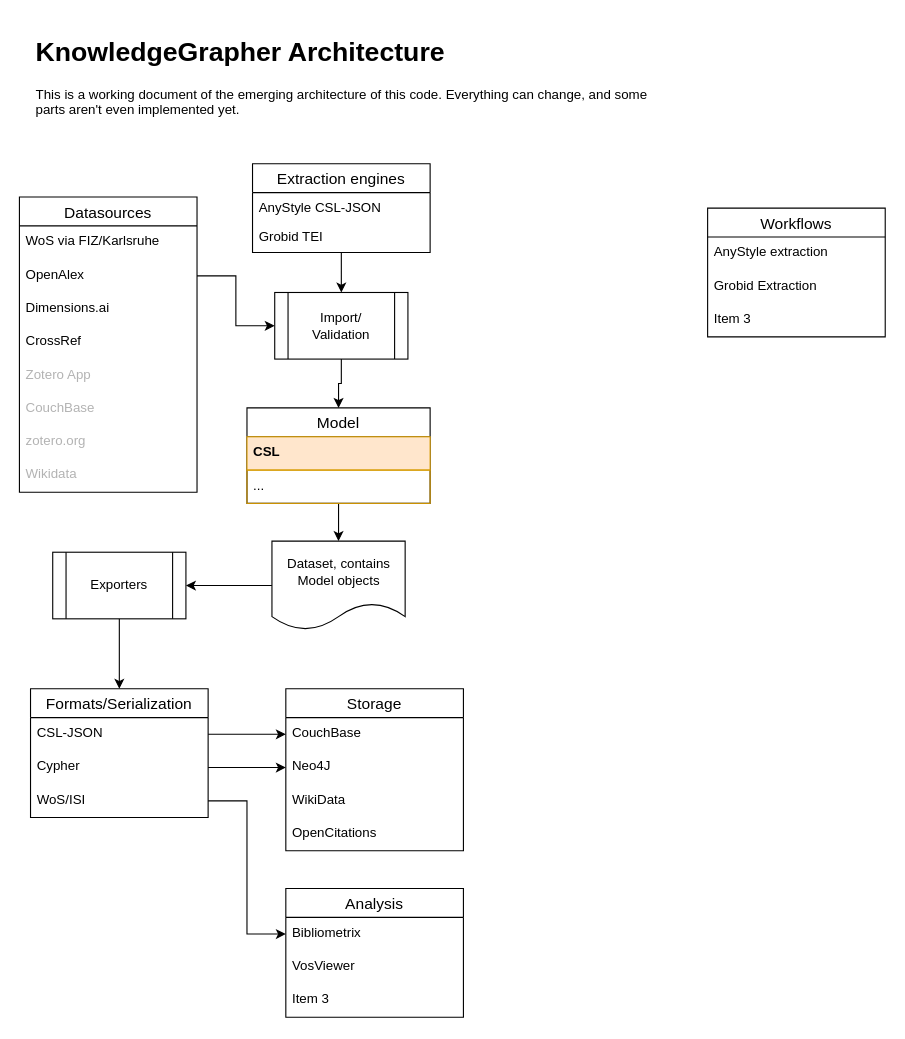
The draw.io diagram doc/architecture.drawio in cboulanger/anystyle-workflow, before the edit. Source tidied: cells renumbered, new cells numbered last; positions are measured from the earlier drawing's top-left corner, leaving out a move shared by most shapes. Both pictures are drawn from the tidied source at 111%, with x=0, y=0 at pixel (19, 30).
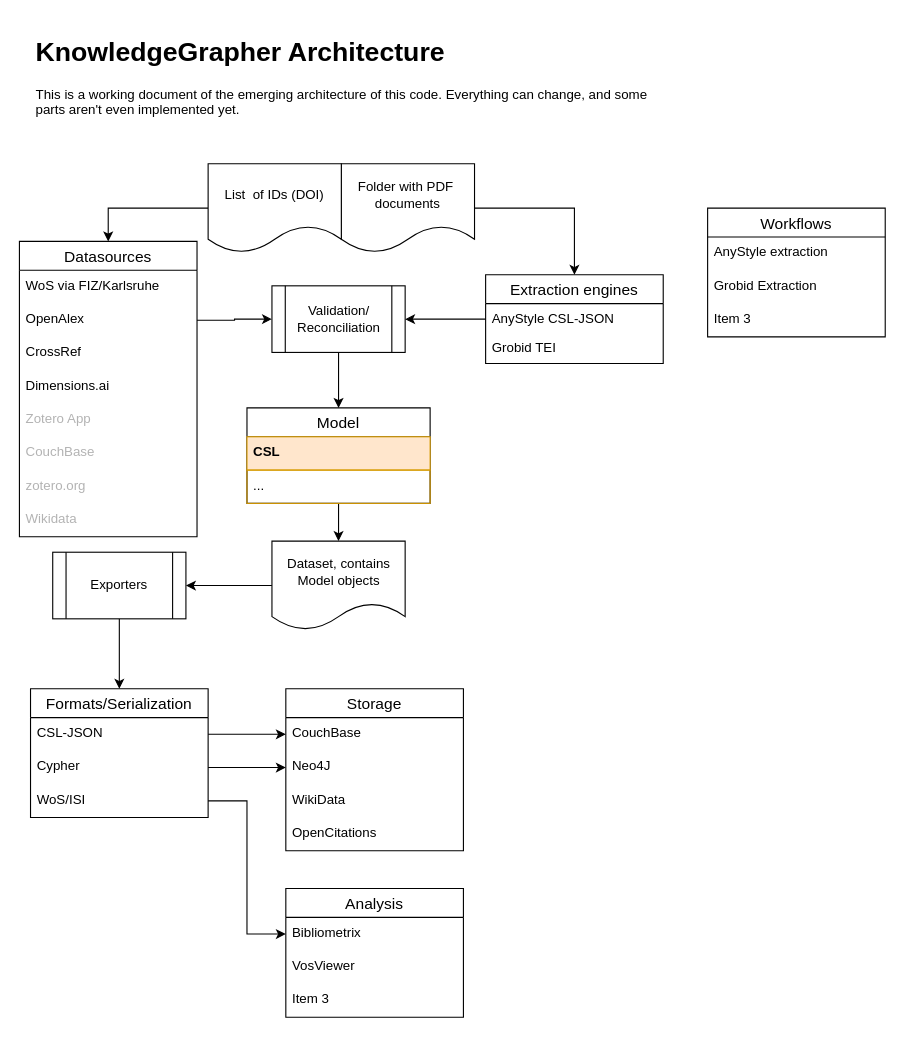
After the change.

Diff of the diagram source:
```diff
@@
     <mxCell id="11" value="Datasources" style="swimlane;fontStyle=0;horizontal=1;startSize=26;align=center;fontSize=14;" parent="1" vertex="1">
-      <mxGeometry y="150" width="160" height="266" as="geometry" />
+      <mxGeometry y="190" width="160" height="266" as="geometry" />
     </mxCell>
@@
+    <mxCell id="15" value="CrossRef" style="text;strokeColor=none;fillColor=none;spacingLeft=4;spacingRight=4;overflow=hidden;fontSize=12;" parent="11" vertex="1">
+      <mxGeometry y="86" width="160" height="30" as="geometry" />
+    </mxCell>
     <mxCell id="14" value="Dimensions.ai" style="text;strokeColor=none;fillColor=none;spacingLeft=4;spacingRight=4;overflow=hidden;fontSize=12;" parent="11" vertex="1">
-      <mxGeometry y="86" width="160" height="30" as="geometry" />
+      <mxGeometry y="116" width="160" height="30" as="geometry" />
     </mxCell>
-    <mxCell id="15" value="CrossRef" style="text;strokeColor=none;fillColor=none;spacingLeft=4;spacingRight=4;overflow=hidden;fontSize=12;" parent="11" vertex="1">
-      <mxGeometry y="116" width="160" height="30" as="geometry" />
-    </mxCell>
@@
-    <mxCell id="35" value="Import/&lt;br&gt;Validation" style="shape=process;whiteSpace=wrap;html=1;backgroundOutline=1;" parent="1" vertex="1">
-      <mxGeometry x="230" y="236" width="120" height="60" as="geometry" />
+    <mxCell id="35" value="Validation/&lt;br&gt;Reconciliation" style="shape=process;whiteSpace=wrap;html=1;backgroundOutline=1;" parent="1" vertex="1">
+      <mxGeometry x="227.5" y="230" width="120" height="60" as="geometry" />
     </mxCell>
@@
     <mxCell id="44" value="Extraction engines" style="swimlane;fontStyle=0;horizontal=1;startSize=26;align=center;fontSize=14;" parent="1" vertex="1">
-      <mxGeometry x="210" y="120" width="160" height="80" as="geometry" />
+      <mxGeometry x="420" y="220" width="160" height="80" as="geometry" />
     </mxCell>
@@
+    <mxCell id="47" style="edgeStyle=orthogonalEdgeStyle;rounded=0;jettySize=auto;html=1;" parent="1" edge="1" source="48" target="44">
+      <mxGeometry relative="1" as="geometry" />
+    </mxCell>
+    <mxCell id="48" value="Folder with PDF&amp;nbsp;&lt;br&gt;documents" style="shape=document;whiteSpace=wrap;html=1;boundedLbl=1;" parent="1" vertex="1">
+      <mxGeometry x="290" y="120" width="120" height="80" as="geometry" />
+    </mxCell>
+    <mxCell id="49" style="edgeStyle=orthogonalEdgeStyle;rounded=0;jettySize=auto;html=1;exitX=0;exitY=0.5;exitDx=0;exitDy=0;entryX=0.5;entryY=0;entryDx=0;entryDy=0;" parent="1" edge="1" source="50" target="11">
+      <mxGeometry relative="1" as="geometry" />
+    </mxCell>
+    <mxCell id="50" value="List&amp;nbsp; of IDs (DOI)" style="shape=document;whiteSpace=wrap;html=1;boundedLbl=1;" parent="1" vertex="1">
+      <mxGeometry x="170" y="120" width="120" height="80" as="geometry" />
+    </mxCell>
```
